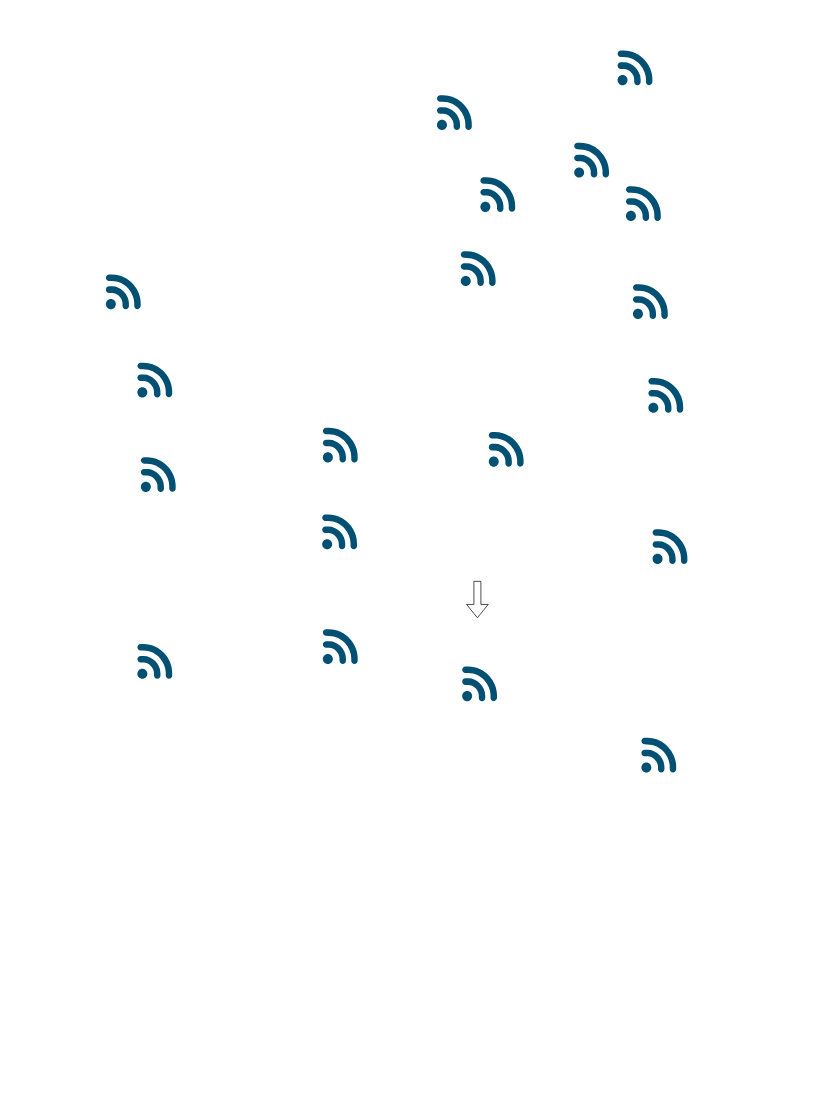
The draw.io diagram grafana.drawio.xml.drawio.svg in QuintenMoreels-HOGENT/AP, before a commit. Source tidied: cells renumbered, new cells last; positions are measured from the earlier drawing's top-left corner, leaving out a move shared by most shapes.
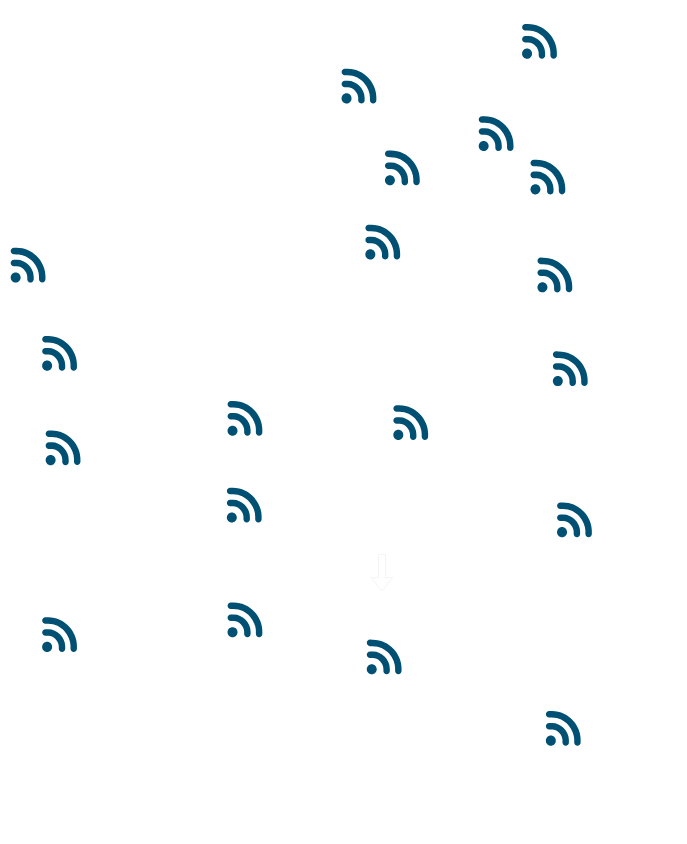
The same file after the commit.

What changed in the source:
```diff
@@ -620,9 +620,9 @@
     <mxCell id="111" style="verticalLabelPosition=bottom;sketch=0;html=1;verticalAlign=top;align=center;shape=mxgraph.cisco19.3g_4g_indicator;fillColor=#005073;strokeColor=none;strokeWidth=1;" parent="1" vertex="1">
       <mxGeometry x="57" y="477" width="50" height="50" as="geometry" />
     </mxCell>
-    <mxCell id="112" style="verticalLabelPosition=bottom;sketch=0;html=1;verticalAlign=top;align=center;shape=mxgraph.cisco19.3g_4g_indicator;fillColor=#005073;strokeColor=none;strokeWidth=1;" parent="1" vertex="1">
-      <mxGeometry x="12" y="351" width="50" height="50" as="geometry" />
-    </mxCell>
+    <mxCell id="117" style="verticalLabelPosition=bottom;sketch=0;html=1;verticalAlign=top;align=center;shape=mxgraph.cisco19.3g_4g_indicator;fillColor=#005073;strokeColor=none;strokeWidth=1;strokeOpacity=100;" parent="1" vertex="1">
+      <mxGeometry x="12" y="351" width="50" height="50" as="geometry" />
+    </mxCell>
     <mxCell id="113" style="verticalLabelPosition=bottom;sketch=0;html=1;verticalAlign=top;align=center;shape=mxgraph.cisco19.3g_4g_indicator;fillColor=#005073;strokeColor=none;" parent="1" vertex="1">
       <mxGeometry x="57" y="879" width="50" height="50" as="geometry" />
     </mxCell>
```
